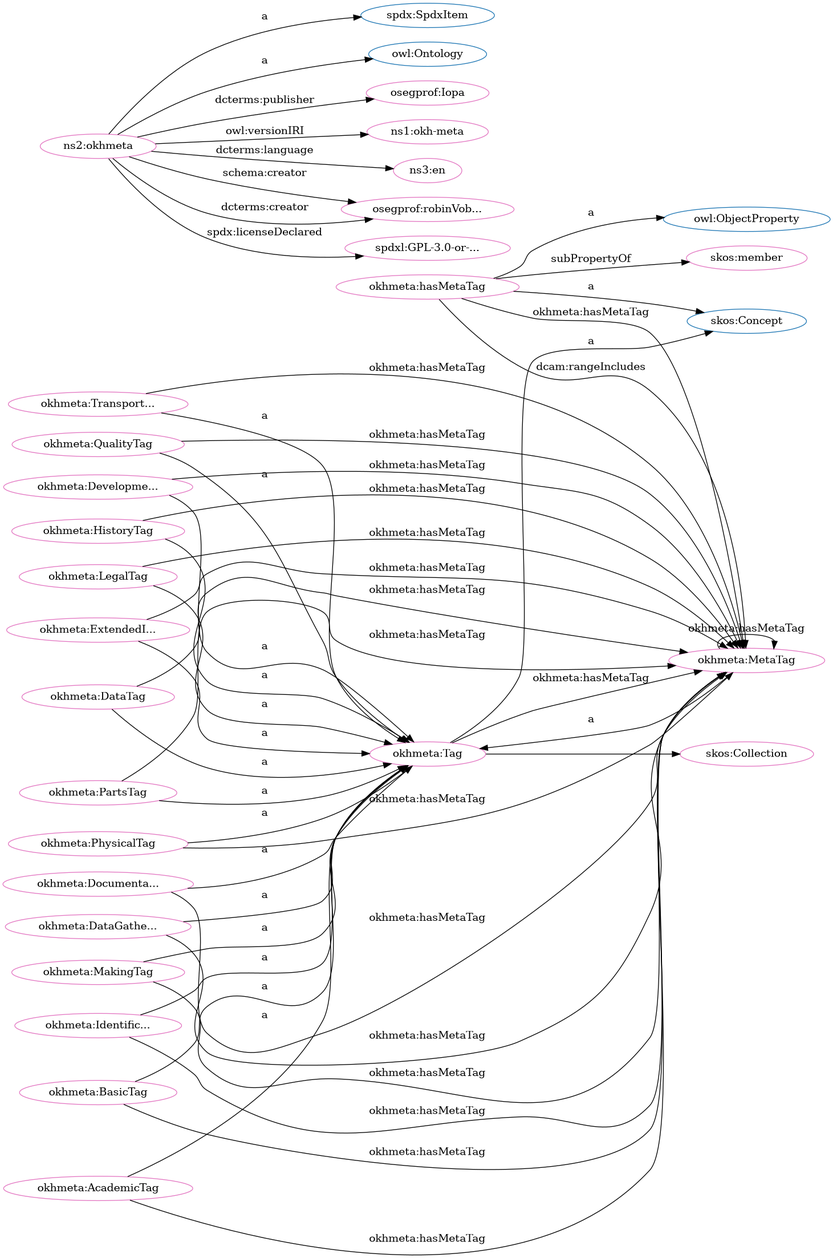
Earlier version of the Graphviz export src/spec/dot_okh-meta.png (iop-alliance/OpenKnowHow). Its source is kept beside it as src/spec/dot_okh-meta.dot.
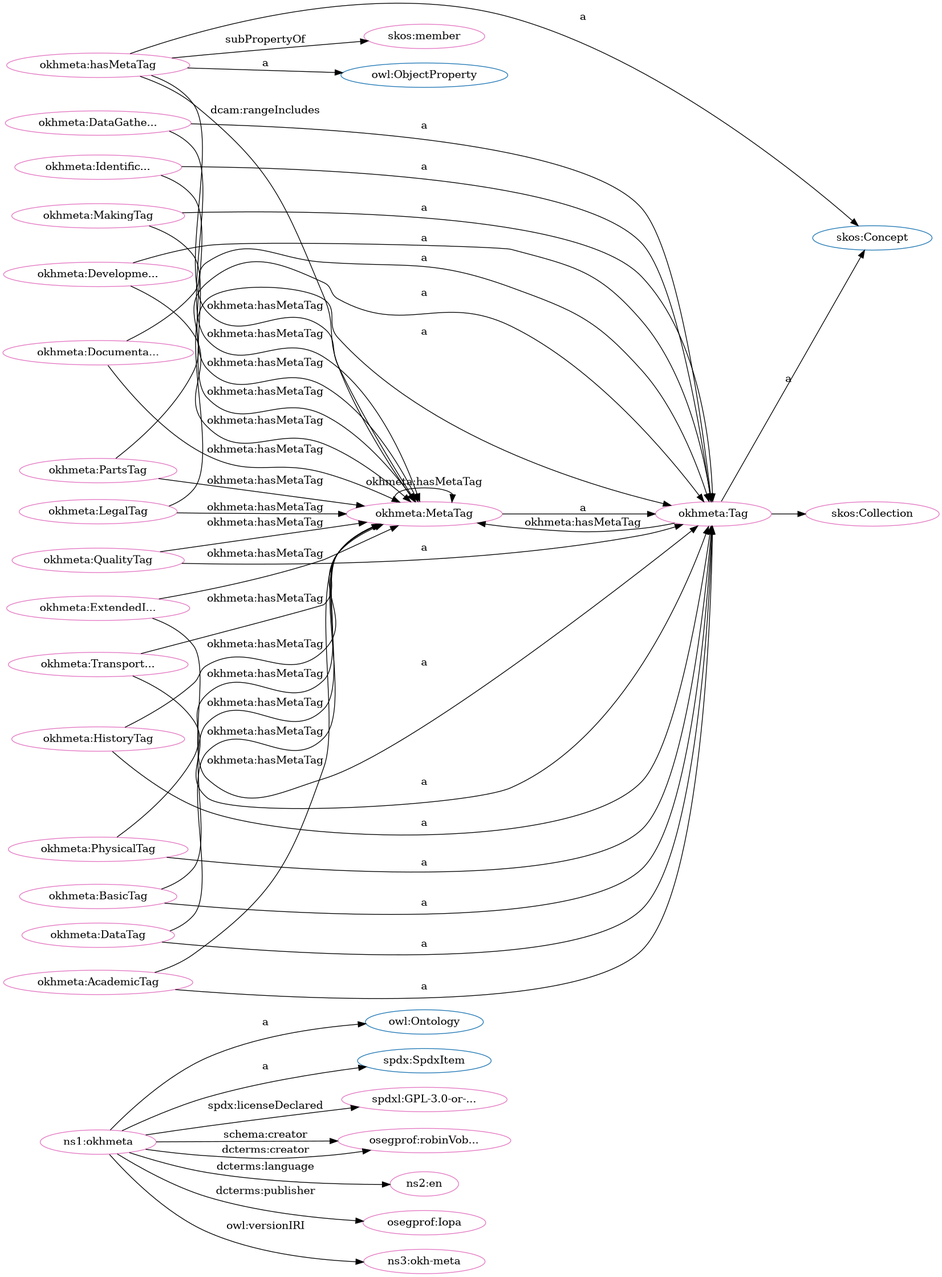
The same diagram one commit later.

Change to the diagram source:
```diff
@@ -1,84 +1,84 @@
 digraph G {
   rankdir=BT
   node[height=.3]
-"http://w3id.org/oseg/ont/okhmeta#Tag" [fillcolor="#1f77b4" color="#1f77b4" label="okhmeta:Tag"]
-"http://spdx.org/rdf/terms#SpdxItem" [fillcolor="#1f77b4" color="#1f77b4" label="spdx:SpdxItem"]
 "http://www.w3.org/2002/07/owl#Ontology" [fillcolor="#1f77b4" color="#1f77b4" label="owl:Ontology"]
 "http://www.w3.org/2002/07/owl#ObjectProperty" [fillcolor="#1f77b4" color="#1f77b4" label="owl:ObjectProperty"]
 "http://www.w3.org/2004/02/skos/core#Collection" [fillcolor="#1f77b4" color="#1f77b4" label="skos:Collection"]
+"http://w3id.org/oseg/ont/okhmeta#Tag" [fillcolor="#1f77b4" color="#1f77b4" label="okhmeta:Tag"]
+"http://spdx.org/rdf/terms#SpdxItem" [fillcolor="#1f77b4" color="#1f77b4" label="spdx:SpdxItem"]
 "http://www.w3.org/2004/02/skos/core#Concept" [fillcolor="#1f77b4" color="#1f77b4" label="skos:Concept"]
+"http://w3id.org/oseg/ont/okhmeta#QualityTag" [fillcolor="#e377c2" color="#e377c2" label="okhmeta:QualityTag"]
+"http://w3id.org/oseg/ont/okhmeta#AcademicTag" [fillcolor="#e377c2" color="#e377c2" label="okhmeta:AcademicTag"]
+"http://w3id.org/oseg/ont/okhmeta#MetaTag" [fillcolor="#e377c2" color="#e377c2" label="okhmeta:MetaTag"]
+"http://w3id.org/oseg/ont/okhmeta" [fillcolor="#e377c2" color="#e377c2" label="ns1:okhmeta"]
+"http://w3id.org/oseg/ont/okhmeta#DocumentationTag" [fillcolor="#e377c2" color="#e377c2" label="okhmeta:Documenta..."]
+"http://w3id.org/oseg/ont/okhmeta#HistoryTag" [fillcolor="#e377c2" color="#e377c2" label="okhmeta:HistoryTag"]
+"http://w3id.org/oseg/ont/okhmeta#IdentificationTag" [fillcolor="#e377c2" color="#e377c2" label="okhmeta:Identific..."]
+"http://spdx.org/licenses/GPL-3.0-or-later" [fillcolor="#e377c2" color="#e377c2" label="spdxl:GPL-3.0-or-..."]
+"http://w3id.org/oseg/ont/okhmeta#DevelopmentTag" [fillcolor="#e377c2" color="#e377c2" label="okhmeta:Developme..."]
 "http://w3id.org/oseg/ont/okhmeta#LegalTag" [fillcolor="#e377c2" color="#e377c2" label="okhmeta:LegalTag"]
-"http://w3id.org/oseg/ont/oseg-profiles#Iopa" [fillcolor="#e377c2" color="#e377c2" label="osegprof:Iopa"]
-"http://w3id.org/oseg/ont/okhmeta#MetaTag" [fillcolor="#e377c2" color="#e377c2" label="okhmeta:MetaTag"]
-"http://w3id.org/oseg/ont/1.1.0/okh-meta" [fillcolor="#e377c2" color="#e377c2" label="ns1:okh-meta"]
-"http://w3id.org/oseg/ont/okhmeta#IdentificationTag" [fillcolor="#e377c2" color="#e377c2" label="okhmeta:Identific..."]
-"http://w3id.org/oseg/ont/okhmeta#TransportationTag" [fillcolor="#e377c2" color="#e377c2" label="okhmeta:Transport..."]
-"http://w3id.org/oseg/ont/okhmeta" [fillcolor="#e377c2" color="#e377c2" label="ns2:okhmeta"]
-"http://id.loc.gov/vocabulary/iso639-1/en" [fillcolor="#e377c2" color="#e377c2" label="ns3:en"]
-"http://w3id.org/oseg/ont/okhmeta#DocumentationTag" [fillcolor="#e377c2" color="#e377c2" label="okhmeta:Documenta..."]
+"http://www.w3.org/2004/02/skos/core#Collection" [fillcolor="#e377c2" color="#e377c2" label="skos:Collection"]
+"http://w3id.org/oseg/ont/oseg-profiles#robinVobruba" [fillcolor="#e377c2" color="#e377c2" label="osegprof:robinVob..."]
+"http://w3id.org/oseg/ont/okhmeta#hasMetaTag" [fillcolor="#e377c2" color="#e377c2" label="okhmeta:hasMetaTag"]
 "http://www.w3.org/2004/02/skos/core#member" [fillcolor="#e377c2" color="#e377c2" label="skos:member"]
 "http://w3id.org/oseg/ont/okhmeta#MakingTag" [fillcolor="#e377c2" color="#e377c2" label="okhmeta:MakingTag"]
-"http://w3id.org/oseg/ont/okhmeta#QualityTag" [fillcolor="#e377c2" color="#e377c2" label="okhmeta:QualityTag"]
-"http://w3id.org/oseg/ont/okhmeta#DevelopmentTag" [fillcolor="#e377c2" color="#e377c2" label="okhmeta:Developme..."]
+"http://id.loc.gov/vocabulary/iso639-1/en" [fillcolor="#e377c2" color="#e377c2" label="ns2:en"]
+"http://w3id.org/oseg/ont/okhmeta#DataTag" [fillcolor="#e377c2" color="#e377c2" label="okhmeta:DataTag"]
+"http://w3id.org/oseg/ont/okhmeta#ExtendedInfoTag" [fillcolor="#e377c2" color="#e377c2" label="okhmeta:ExtendedI..."]
 "http://w3id.org/oseg/ont/okhmeta#Tag" [fillcolor="#e377c2" color="#e377c2" label="okhmeta:Tag"]
-"http://www.w3.org/2004/02/skos/core#Collection" [fillcolor="#e377c2" color="#e377c2" label="skos:Collection"]
+"http://w3id.org/oseg/ont/okhmeta#DataGatheringTag" [fillcolor="#e377c2" color="#e377c2" label="okhmeta:DataGathe..."]
+"http://w3id.org/oseg/ont/oseg-profiles#Iopa" [fillcolor="#e377c2" color="#e377c2" label="osegprof:Iopa"]
+"http://w3id.org/oseg/ont/okhmeta#TransportationTag" [fillcolor="#e377c2" color="#e377c2" label="okhmeta:Transport..."]
 "http://w3id.org/oseg/ont/okhmeta#PhysicalTag" [fillcolor="#e377c2" color="#e377c2" label="okhmeta:PhysicalTag"]
-"http://w3id.org/oseg/ont/okhmeta#AcademicTag" [fillcolor="#e377c2" color="#e377c2" label="okhmeta:AcademicTag"]
-"http://w3id.org/oseg/ont/oseg-profiles#robinVobruba" [fillcolor="#e377c2" color="#e377c2" label="osegprof:robinVob..."]
-"http://w3id.org/oseg/ont/okhmeta#DataTag" [fillcolor="#e377c2" color="#e377c2" label="okhmeta:DataTag"]
-"http://w3id.org/oseg/ont/okhmeta#hasMetaTag" [fillcolor="#e377c2" color="#e377c2" label="okhmeta:hasMetaTag"]
+"http://w3id.org/oseg/ont/1.1.0/okh-meta" [fillcolor="#e377c2" color="#e377c2" label="ns3:okh-meta"]
 "http://w3id.org/oseg/ont/okhmeta#BasicTag" [fillcolor="#e377c2" color="#e377c2" label="okhmeta:BasicTag"]
 "http://w3id.org/oseg/ont/okhmeta#PartsTag" [fillcolor="#e377c2" color="#e377c2" label="okhmeta:PartsTag"]
-"http://w3id.org/oseg/ont/okhmeta#DataGatheringTag" [fillcolor="#e377c2" color="#e377c2" label="okhmeta:DataGathe..."]
-"http://w3id.org/oseg/ont/okhmeta#ExtendedInfoTag" [fillcolor="#e377c2" color="#e377c2" label="okhmeta:ExtendedI..."]
-"http://w3id.org/oseg/ont/okhmeta#HistoryTag" [fillcolor="#e377c2" color="#e377c2" label="okhmeta:HistoryTag"]
-"http://spdx.org/licenses/GPL-3.0-or-later" [fillcolor="#e377c2" color="#e377c2" label="spdxl:GPL-3.0-or-..."]
+  "http://w3id.org/oseg/ont/okhmeta#DataGatheringTag" -> "http://w3id.org/oseg/ont/okhmeta#MetaTag" [label="okhmeta:hasMetaTag"]
+  "http://w3id.org/oseg/ont/okhmeta" -> "http://spdx.org/rdf/terms#SpdxItem" [label="a"]
+  "http://w3id.org/oseg/ont/okhmeta#hasMetaTag" -> "http://w3id.org/oseg/ont/okhmeta#MetaTag" [label="dcam:rangeIncludes"]
+  "http://w3id.org/oseg/ont/okhmeta#BasicTag" -> "http://w3id.org/oseg/ont/okhmeta#MetaTag" [label="okhmeta:hasMetaTag"]
+  "http://w3id.org/oseg/ont/okhmeta#QualityTag" -> "http://w3id.org/oseg/ont/okhmeta#MetaTag" [label="okhmeta:hasMetaTag"]
+  "http://w3id.org/oseg/ont/okhmeta#AcademicTag" -> "http://w3id.org/oseg/ont/okhmeta#MetaTag" [label="okhmeta:hasMetaTag"]
+  "http://w3id.org/oseg/ont/okhmeta#Tag" -> "http://www.w3.org/2004/02/skos/core#Collection" [label=""]
+  "http://w3id.org/oseg/ont/okhmeta" -> "http://w3id.org/oseg/ont/oseg-profiles#robinVobruba" [label="schema:creator"]
+  "http://w3id.org/oseg/ont/okhmeta#MetaTag" -> "http://w3id.org/oseg/ont/okhmeta#MetaTag" [label="okhmeta:hasMetaTag"]
+  "http://w3id.org/oseg/ont/okhmeta#DocumentationTag" -> "http://w3id.org/oseg/ont/okhmeta#MetaTag" [label="okhmeta:hasMetaTag"]
+  "http://w3id.org/oseg/ont/okhmeta" -> "http://www.w3.org/2002/07/owl#Ontology" [label="a"]
+  "http://w3id.org/oseg/ont/okhmeta#DataTag" -> "http://w3id.org/oseg/ont/okhmeta#MetaTag" [label="okhmeta:hasMetaTag"]
+  "http://w3id.org/oseg/ont/okhmeta#HistoryTag" -> "http://w3id.org/oseg/ont/okhmeta#MetaTag" [label="okhmeta:hasMetaTag"]
+  "http://w3id.org/oseg/ont/okhmeta#hasMetaTag" -> "http://www.w3.org/2004/02/skos/core#member" [label="subPropertyOf"]
+  "http://w3id.org/oseg/ont/okhmeta#MakingTag" -> "http://w3id.org/oseg/ont/okhmeta#Tag" [label="a"]
+  "http://w3id.org/oseg/ont/okhmeta" -> "http://id.loc.gov/vocabulary/iso639-1/en" [label="dcterms:language"]
+  "http://w3id.org/oseg/ont/okhmeta#DevelopmentTag" -> "http://w3id.org/oseg/ont/okhmeta#MetaTag" [label="okhmeta:hasMetaTag"]
+  "http://w3id.org/oseg/ont/okhmeta#LegalTag" -> "http://w3id.org/oseg/ont/okhmeta#MetaTag" [label="okhmeta:hasMetaTag"]
+  "http://w3id.org/oseg/ont/okhmeta#IdentificationTag" -> "http://w3id.org/oseg/ont/okhmeta#MetaTag" [label="okhmeta:hasMetaTag"]
+  "http://w3id.org/oseg/ont/okhmeta#ExtendedInfoTag" -> "http://w3id.org/oseg/ont/okhmeta#Tag" [label="a"]
+  "http://w3id.org/oseg/ont/okhmeta#DataGatheringTag" -> "http://w3id.org/oseg/ont/okhmeta#Tag" [label="a"]
+  "http://w3id.org/oseg/ont/okhmeta#TransportationTag" -> "http://w3id.org/oseg/ont/okhmeta#MetaTag" [label="okhmeta:hasMetaTag"]
+  "http://w3id.org/oseg/ont/okhmeta" -> "http://w3id.org/oseg/ont/oseg-profiles#Iopa" [label="dcterms:publisher"]
+  "http://w3id.org/oseg/ont/okhmeta#PhysicalTag" -> "http://w3id.org/oseg/ont/okhmeta#MetaTag" [label="okhmeta:hasMetaTag"]
+  "http://w3id.org/oseg/ont/okhmeta#hasMetaTag" -> "http://www.w3.org/2002/07/owl#ObjectProperty" [label="a"]
+  "http://w3id.org/oseg/ont/okhmeta#TransportationTag" -> "http://w3id.org/oseg/ont/okhmeta#Tag" [label="a"]
+  "http://w3id.org/oseg/ont/okhmeta#BasicTag" -> "http://w3id.org/oseg/ont/okhmeta#Tag" [label="a"]
+  "http://w3id.org/oseg/ont/okhmeta#QualityTag" -> "http://w3id.org/oseg/ont/okhmeta#Tag" [label="a"]
+  "http://w3id.org/oseg/ont/okhmeta#AcademicTag" -> "http://w3id.org/oseg/ont/okhmeta#Tag" [label="a"]
+  "http://w3id.org/oseg/ont/okhmeta#HistoryTag" -> "http://w3id.org/oseg/ont/okhmeta#Tag" [label="a"]
+  "http://w3id.org/oseg/ont/okhmeta#DocumentationTag" -> "http://w3id.org/oseg/ont/okhmeta#Tag" [label="a"]
+  "http://w3id.org/oseg/ont/okhmeta#IdentificationTag" -> "http://w3id.org/oseg/ont/okhmeta#Tag" [label="a"]
+  "http://w3id.org/oseg/ont/okhmeta" -> "http://spdx.org/licenses/GPL-3.0-or-later" [label="spdx:licenseDeclared"]
+  "http://w3id.org/oseg/ont/okhmeta#DevelopmentTag" -> "http://w3id.org/oseg/ont/okhmeta#Tag" [label="a"]
   "http://w3id.org/oseg/ont/okhmeta#LegalTag" -> "http://w3id.org/oseg/ont/okhmeta#Tag" [label="a"]
-  "http://w3id.org/oseg/ont/okhmeta" -> "http://w3id.org/oseg/ont/oseg-profiles#Iopa" [label="dcterms:publisher"]
-  "http://w3id.org/oseg/ont/okhmeta#QualityTag" -> "http://w3id.org/oseg/ont/okhmeta#MetaTag" [label="okhmeta:hasMetaTag"]
-  "http://w3id.org/oseg/ont/okhmeta" -> "http://www.w3.org/2002/07/owl#Ontology" [label="a"]
-  "http://w3id.org/oseg/ont/okhmeta" -> "http://id.loc.gov/vocabulary/iso639-1/en" [label="dcterms:language"]
-  "http://w3id.org/oseg/ont/okhmeta#hasMetaTag" -> "http://www.w3.org/2004/02/skos/core#member" [label="subPropertyOf"]
+  "http://w3id.org/oseg/ont/okhmeta#PartsTag" -> "http://w3id.org/oseg/ont/okhmeta#MetaTag" [label="okhmeta:hasMetaTag"]
+  "http://w3id.org/oseg/ont/okhmeta#hasMetaTag" -> "http://www.w3.org/2004/02/skos/core#Concept" [label="a"]
+  "http://w3id.org/oseg/ont/okhmeta#MetaTag" -> "http://w3id.org/oseg/ont/okhmeta#Tag" [label="a"]
   "http://w3id.org/oseg/ont/okhmeta#ExtendedInfoTag" -> "http://w3id.org/oseg/ont/okhmeta#MetaTag" [label="okhmeta:hasMetaTag"]
-  "http://w3id.org/oseg/ont/okhmeta#MakingTag" -> "http://w3id.org/oseg/ont/okhmeta#Tag" [label="a"]
-  "http://w3id.org/oseg/ont/okhmeta#DevelopmentTag" -> "http://w3id.org/oseg/ont/okhmeta#Tag" [label="a"]
-  "http://w3id.org/oseg/ont/okhmeta#MetaTag" -> "http://w3id.org/oseg/ont/okhmeta#MetaTag" [label="okhmeta:hasMetaTag"]
-  "http://w3id.org/oseg/ont/okhmeta#Tag" -> "http://www.w3.org/2004/02/skos/core#Collection" [label=""]
-  "http://w3id.org/oseg/ont/okhmeta#LegalTag" -> "http://w3id.org/oseg/ont/okhmeta#MetaTag" [label="okhmeta:hasMetaTag"]
-  "http://w3id.org/oseg/ont/okhmeta#AcademicTag" -> "http://w3id.org/oseg/ont/okhmeta#Tag" [label="a"]
-  "http://w3id.org/oseg/ont/okhmeta#DevelopmentTag" -> "http://w3id.org/oseg/ont/okhmeta#MetaTag" [label="okhmeta:hasMetaTag"]
-  "http://w3id.org/oseg/ont/okhmeta#BasicTag" -> "http://w3id.org/oseg/ont/okhmeta#Tag" [label="a"]
-  "http://w3id.org/oseg/ont/okhmeta" -> "http://w3id.org/oseg/ont/oseg-profiles#robinVobruba" [label="schema:creator"]
+  "http://w3id.org/oseg/ont/okhmeta#DataTag" -> "http://w3id.org/oseg/ont/okhmeta#Tag" [label="a"]
+  "http://w3id.org/oseg/ont/okhmeta" -> "http://w3id.org/oseg/ont/oseg-profiles#robinVobruba" [label="dcterms:creator"]
+  "http://w3id.org/oseg/ont/okhmeta#hasMetaTag" -> "http://w3id.org/oseg/ont/okhmeta#MetaTag" [label="okhmeta:hasMetaTag"]
+  "http://w3id.org/oseg/ont/okhmeta#Tag" -> "http://www.w3.org/2004/02/skos/core#Concept" [label="a"]
+  "http://w3id.org/oseg/ont/okhmeta#Tag" -> "http://w3id.org/oseg/ont/okhmeta#MetaTag" [label="okhmeta:hasMetaTag"]
+  "http://w3id.org/oseg/ont/okhmeta#PhysicalTag" -> "http://w3id.org/oseg/ont/okhmeta#Tag" [label="a"]
+  "http://w3id.org/oseg/ont/okhmeta" -> "http://w3id.org/oseg/ont/1.1.0/okh-meta" [label="owl:versionIRI"]
   "http://w3id.org/oseg/ont/okhmeta#PartsTag" -> "http://w3id.org/oseg/ont/okhmeta#Tag" [label="a"]
-  "http://w3id.org/oseg/ont/okhmeta#DataGatheringTag" -> "http://w3id.org/oseg/ont/okhmeta#Tag" [label="a"]
-  "http://w3id.org/oseg/ont/okhmeta#hasMetaTag" -> "http://w3id.org/oseg/ont/okhmeta#MetaTag" [label="okhmeta:hasMetaTag"]
-  "http://w3id.org/oseg/ont/okhmeta" -> "http://spdx.org/rdf/terms#SpdxItem" [label="a"]
-  "http://w3id.org/oseg/ont/okhmeta#HistoryTag" -> "http://w3id.org/oseg/ont/okhmeta#Tag" [label="a"]
-  "http://w3id.org/oseg/ont/okhmeta#DataTag" -> "http://w3id.org/oseg/ont/okhmeta#MetaTag" [label="okhmeta:hasMetaTag"]
-  "http://w3id.org/oseg/ont/okhmeta" -> "http://spdx.org/licenses/GPL-3.0-or-later" [label="spdx:licenseDeclared"]
-  "http://w3id.org/oseg/ont/okhmeta#IdentificationTag" -> "http://w3id.org/oseg/ont/okhmeta#MetaTag" [label="okhmeta:hasMetaTag"]
-  "http://w3id.org/oseg/ont/okhmeta#BasicTag" -> "http://w3id.org/oseg/ont/okhmeta#MetaTag" [label="okhmeta:hasMetaTag"]
-  "http://w3id.org/oseg/ont/okhmeta#PartsTag" -> "http://w3id.org/oseg/ont/okhmeta#MetaTag" [label="okhmeta:hasMetaTag"]
-  "http://w3id.org/oseg/ont/okhmeta" -> "http://w3id.org/oseg/ont/1.1.0/okh-meta" [label="owl:versionIRI"]
-  "http://w3id.org/oseg/ont/okhmeta#DocumentationTag" -> "http://w3id.org/oseg/ont/okhmeta#MetaTag" [label="okhmeta:hasMetaTag"]
-  "http://w3id.org/oseg/ont/okhmeta#IdentificationTag" -> "http://w3id.org/oseg/ont/okhmeta#Tag" [label="a"]
-  "http://w3id.org/oseg/ont/okhmeta#TransportationTag" -> "http://w3id.org/oseg/ont/okhmeta#Tag" [label="a"]
-  "http://w3id.org/oseg/ont/okhmeta#DocumentationTag" -> "http://w3id.org/oseg/ont/okhmeta#Tag" [label="a"]
-  "http://w3id.org/oseg/ont/okhmeta#QualityTag" -> "http://w3id.org/oseg/ont/okhmeta#Tag" [label="a"]
-  "http://w3id.org/oseg/ont/okhmeta#AcademicTag" -> "http://w3id.org/oseg/ont/okhmeta#MetaTag" [label="okhmeta:hasMetaTag"]
-  "http://w3id.org/oseg/ont/okhmeta#Tag" -> "http://www.w3.org/2004/02/skos/core#Concept" [label="a"]
-  "http://w3id.org/oseg/ont/okhmeta#PhysicalTag" -> "http://w3id.org/oseg/ont/okhmeta#Tag" [label="a"]
-  "http://w3id.org/oseg/ont/okhmeta#TransportationTag" -> "http://w3id.org/oseg/ont/okhmeta#MetaTag" [label="okhmeta:hasMetaTag"]
-  "http://w3id.org/oseg/ont/okhmeta" -> "http://w3id.org/oseg/ont/oseg-profiles#robinVobruba" [label="dcterms:creator"]
-  "http://w3id.org/oseg/ont/okhmeta#DataTag" -> "http://w3id.org/oseg/ont/okhmeta#Tag" [label="a"]
-  "http://w3id.org/oseg/ont/okhmeta#hasMetaTag" -> "http://www.w3.org/2002/07/owl#ObjectProperty" [label="a"]
-  "http://w3id.org/oseg/ont/okhmeta#hasMetaTag" -> "http://www.w3.org/2004/02/skos/core#Concept" [label="a"]
-  "http://w3id.org/oseg/ont/okhmeta#Tag" -> "http://w3id.org/oseg/ont/okhmeta#MetaTag" [label="okhmeta:hasMetaTag"]
-  "http://w3id.org/oseg/ont/okhmeta#DataGatheringTag" -> "http://w3id.org/oseg/ont/okhmeta#MetaTag" [label="okhmeta:hasMetaTag"]
   "http://w3id.org/oseg/ont/okhmeta#MakingTag" -> "http://w3id.org/oseg/ont/okhmeta#MetaTag" [label="okhmeta:hasMetaTag"]
-  "http://w3id.org/oseg/ont/okhmeta#hasMetaTag" -> "http://w3id.org/oseg/ont/okhmeta#MetaTag" [label="dcam:rangeIncludes"]
-  "http://w3id.org/oseg/ont/okhmeta#PhysicalTag" -> "http://w3id.org/oseg/ont/okhmeta#MetaTag" [label="okhmeta:hasMetaTag"]
-  "http://w3id.org/oseg/ont/okhmeta#ExtendedInfoTag" -> "http://w3id.org/oseg/ont/okhmeta#Tag" [label="a"]
-  "http://w3id.org/oseg/ont/okhmeta#HistoryTag" -> "http://w3id.org/oseg/ont/okhmeta#MetaTag" [label="okhmeta:hasMetaTag"]
-  "http://w3id.org/oseg/ont/okhmeta#MetaTag" -> "http://w3id.org/oseg/ont/okhmeta#Tag" [label="a"]
 }
```
